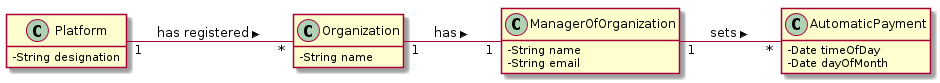
This is docs/UC5 - Set Day of Payment/UC5_MD.png from pedrolemos4/LAPR2, a PlantUML export, as it was before one commit.
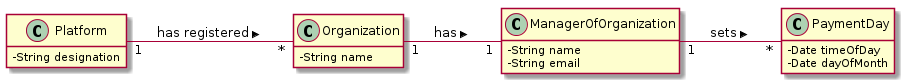
Above is the later version.

What changed in the source:
```diff
@@ -16,12 +16,12 @@
   -String name
 }
 
-class AutomaticPayment {
+class PaymentDay {
   -Date timeOfDay
   -Date dayOfMonth
 }
 
 Platform "1" -- "*" Organization : has registered >
 Organization "1" -- "1" ManagerOfOrganization : has >
-ManagerOfOrganization "1" -- "*" AutomaticPayment : sets >
+ManagerOfOrganization "1" -- "*" PaymentDay : sets >
 @enduml
```
